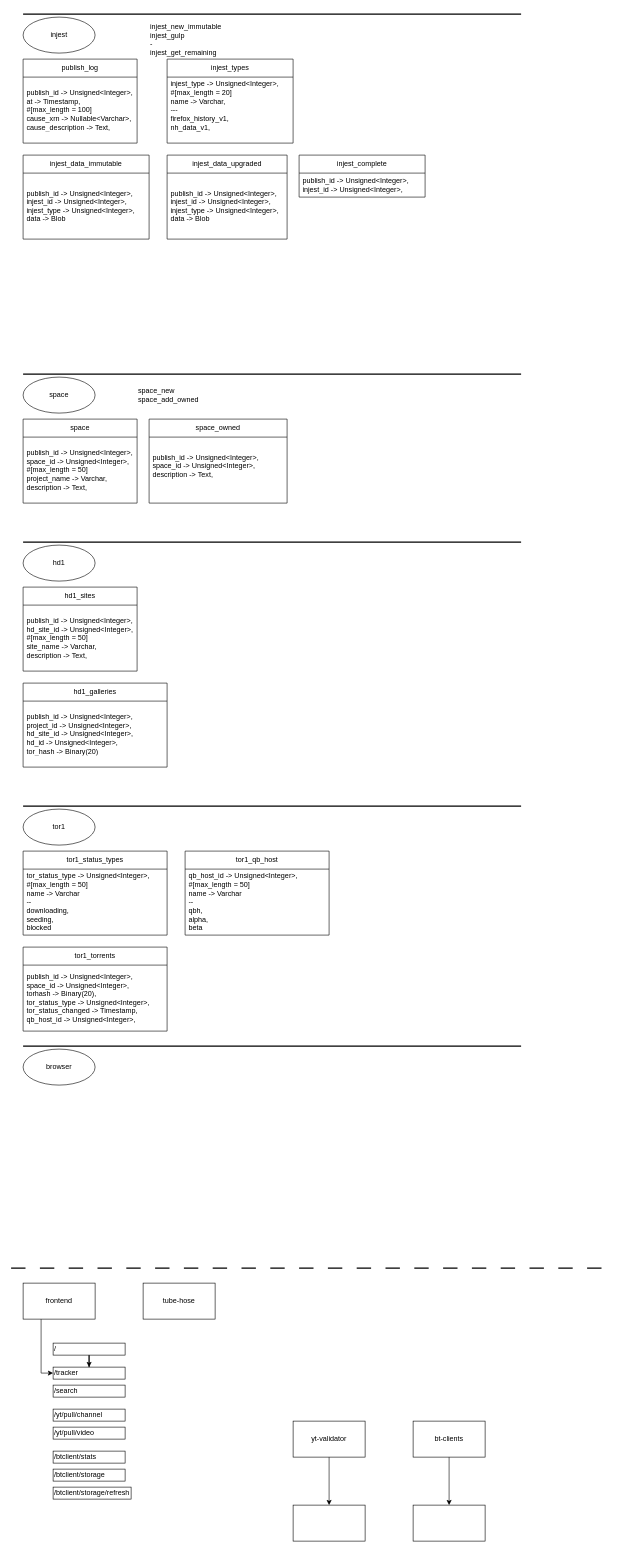
Before: shiori.drawio in TheLQ/tako-diagrams, a draw.io diagram. Source tidied: cells renumbered, new cells numbered last; positions are measured from the earlier drawing's top-left corner, leaving out a move shared by most shapes. Both pictures are drawn from the tidied source at 60%, with x=0, y=0 at pixel (11, 11).
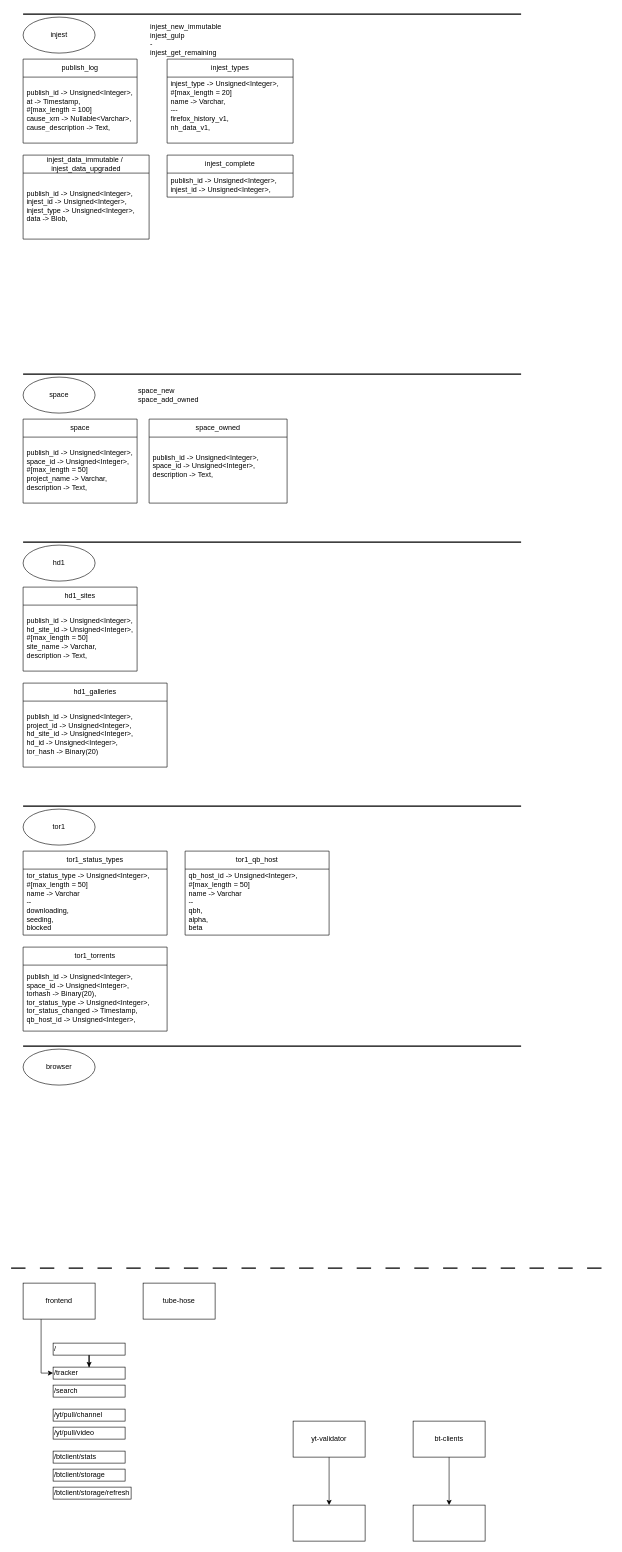
The same page after the edit.

What changed in the source:
```diff
@@
-    <mxCell id="28" value="injest_data_immutable" style="swimlane;fontStyle=0;horizontal=1;startSize=30;whiteSpace=wrap;html=1;" parent="1" vertex="1">
+    <mxCell id="28" value="injest_data_immutable /&amp;nbsp;&lt;br&gt;injest_data_upgraded" style="swimlane;fontStyle=0;horizontal=1;startSize=30;whiteSpace=wrap;html=1;" parent="1" vertex="1">
       <mxGeometry x="20" y="240" width="210" height="140" as="geometry" />
     </mxCell>
-    <mxCell id="29" value="&lt;div&gt;publish_id&amp;nbsp;-&amp;gt; Unsigned&amp;lt;Integer&amp;gt;,&lt;/div&gt;&lt;div&gt;injest_id -&amp;gt; Unsigned&amp;lt;Integer&amp;gt;,&lt;/div&gt;&lt;div&gt;&lt;div&gt;injest_type -&amp;gt; Unsigned&amp;lt;Integer&amp;gt;,&lt;/div&gt;data -&amp;gt; Blob&lt;/div&gt;" style="text;strokeColor=none;fillColor=none;align=left;verticalAlign=middle;spacingLeft=4;spacingRight=4;overflow=hidden;whiteSpace=wrap;html=1;" parent="28" vertex="1">
+    <mxCell id="29" value="&lt;div&gt;publish_id&amp;nbsp;-&amp;gt; Unsigned&amp;lt;Integer&amp;gt;,&lt;/div&gt;&lt;div&gt;injest_id -&amp;gt; Unsigned&amp;lt;Integer&amp;gt;,&lt;/div&gt;&lt;div&gt;&lt;div&gt;injest_type -&amp;gt; Unsigned&amp;lt;Integer&amp;gt;,&lt;/div&gt;data -&amp;gt; Blob,&lt;/div&gt;" style="text;strokeColor=none;fillColor=none;align=left;verticalAlign=middle;spacingLeft=4;spacingRight=4;overflow=hidden;whiteSpace=wrap;html=1;" parent="28" vertex="1">
       <mxGeometry y="30" width="210" height="110" as="geometry" />
     </mxCell>
-    <mxCell id="30" value="injest_data_upgraded" style="swimlane;fontStyle=0;horizontal=1;startSize=30;whiteSpace=wrap;html=1;" parent="1" vertex="1">
-      <mxGeometry x="260" y="240" width="200" height="140" as="geometry" />
-    </mxCell>
-    <mxCell id="31" value="&lt;div&gt;publish_id&amp;nbsp;-&amp;gt; Unsigned&amp;lt;Integer&amp;gt;,&lt;/div&gt;&lt;div&gt;injest_id -&amp;gt; Unsigned&amp;lt;Integer&amp;gt;,&lt;/div&gt;&lt;div&gt;injest_type -&amp;gt; Unsigned&amp;lt;Integer&amp;gt;,&lt;/div&gt;&lt;div&gt;data -&amp;gt; Blob&lt;/div&gt;" style="text;strokeColor=none;fillColor=none;align=left;verticalAlign=middle;spacingLeft=4;spacingRight=4;overflow=hidden;whiteSpace=wrap;html=1;" parent="30" vertex="1">
-      <mxGeometry y="30" width="200" height="110" as="geometry" />
-    </mxCell>
@@
     <mxCell id="44" value="injest_complete" style="swimlane;fontStyle=0;horizontal=1;startSize=30;whiteSpace=wrap;html=1;" parent="1" vertex="1">
-      <mxGeometry x="480" y="240" width="210" height="70" as="geometry" />
+      <mxGeometry x="260" y="240" width="210" height="70" as="geometry" />
     </mxCell>
```
